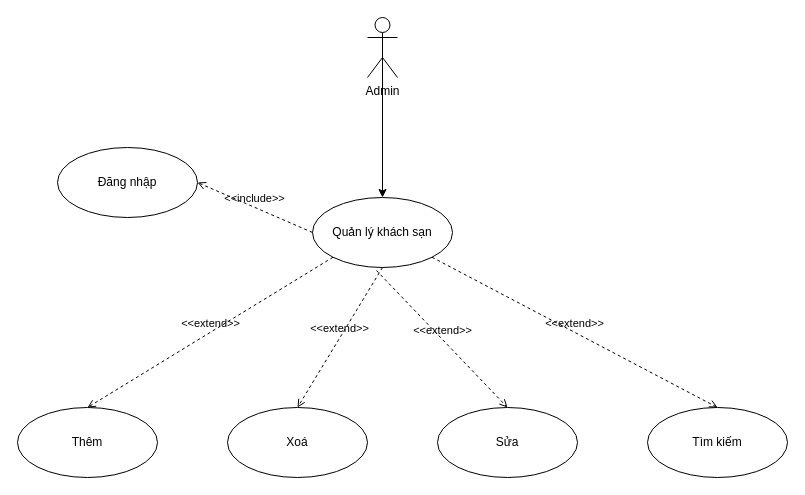
Above: usecase_quanlykhachsan.drawio in alikuxac/alikuxac (draw.io), before the change. Source tidied: cells renumbered, new cells numbered last; positions are measured from the earlier drawing's top-left corner, leaving out a move shared by most shapes. Both pictures are drawn from the tidied source at 100%, with x=0, y=0 at pixel (17, 17).
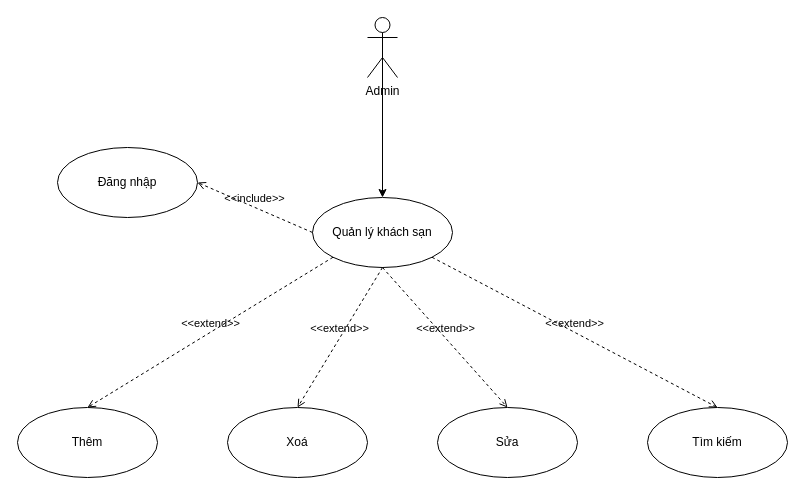
The same diagram, later.

Diff of the diagram source:
```diff
@@
 <mxGraphModel>
   <root>
     <mxCell id="0" />
     <mxCell id="1" parent="0" />
     <mxCell id="2" value="Admin" style="shape=umlActor;verticalLabelPosition=bottom;verticalAlign=top;html=1;" parent="1" vertex="1">
       <mxGeometry x="350" width="30" height="60" as="geometry" />
     </mxCell>
     <mxCell id="3" value="Quản lý khách sạn" style="ellipse;whiteSpace=wrap;html=1;" parent="1" vertex="1">
       <mxGeometry x="295" y="180" width="140" height="70" as="geometry" />
     </mxCell>
     <mxCell id="4" style="endArrow=classic;html=1;rounded=0;entryX=0.5;entryY=0;entryDx=0;entryDy=0;exitX=0.5;exitY=0.5;exitDx=0;exitDy=0;exitPerimeter=0;" parent="1" edge="1" source="2" target="3">
       <mxGeometry relative="1" as="geometry" />
     </mxCell>
     <mxCell id="5" value="Thêm" style="ellipse;whiteSpace=wrap;html=1;" parent="1" vertex="1">
       <mxGeometry y="390" width="140" height="70" as="geometry" />
     </mxCell>
     <mxCell id="6" value="Xoá" style="ellipse;whiteSpace=wrap;html=1;" parent="1" vertex="1">
       <mxGeometry x="210" y="390" width="140" height="70" as="geometry" />
     </mxCell>
     <mxCell id="7" value="Sửa" style="ellipse;whiteSpace=wrap;html=1;" parent="1" vertex="1">
       <mxGeometry x="420" y="390" width="140" height="70" as="geometry" />
     </mxCell>
     <mxCell id="8" value="Tìm kiếm" style="ellipse;whiteSpace=wrap;html=1;" parent="1" vertex="1">
       <mxGeometry x="630" y="390" width="140" height="70" as="geometry" />
     </mxCell>
     <mxCell id="9" value="&amp;lt;&amp;lt;extend&amp;gt;&amp;gt;" style="html=1;verticalAlign=bottom;labelBackgroundColor=none;endArrow=open;endFill=0;dashed=1;rounded=0;exitX=0;exitY=1;exitDx=0;exitDy=0;entryX=0.5;entryY=0;entryDx=0;entryDy=0;" parent="1" edge="1" source="3" target="5">
       <mxGeometry relative="1" as="geometry" />
     </mxCell>
     <mxCell id="10" value="&amp;lt;&amp;lt;extend&amp;gt;&amp;gt;" style="html=1;verticalAlign=bottom;labelBackgroundColor=none;endArrow=open;endFill=0;dashed=1;rounded=0;exitX=0.5;exitY=1;exitDx=0;exitDy=0;entryX=0.5;entryY=0;entryDx=0;entryDy=0;" parent="1" edge="1" source="3" target="6">
       <mxGeometry relative="1" as="geometry" />
     </mxCell>
-    <mxCell id="11" value="&amp;lt;&amp;lt;extend&amp;gt;&amp;gt;" style="html=1;verticalAlign=bottom;labelBackgroundColor=none;endArrow=open;endFill=0;dashed=1;rounded=0;exitX=0.457;exitY=1.043;exitDx=0;exitDy=0;exitPerimeter=0;entryX=0.5;entryY=0;entryDx=0;entryDy=0;" parent="1" edge="1" source="3" target="7">
+    <mxCell id="11" value="&amp;lt;&amp;lt;extend&amp;gt;&amp;gt;" style="html=1;verticalAlign=bottom;labelBackgroundColor=none;endArrow=open;endFill=0;dashed=1;rounded=0;entryX=0.5;entryY=0;entryDx=0;entryDy=0;exitX=0.5;exitY=1;exitDx=0;exitDy=0;" parent="1" edge="1" source="3" target="7">
       <mxGeometry relative="1" as="geometry" />
     </mxCell>
     <mxCell id="12" value="&amp;lt;&amp;lt;extend&amp;gt;&amp;gt;" style="html=1;verticalAlign=bottom;labelBackgroundColor=none;endArrow=open;endFill=0;dashed=1;rounded=0;exitX=1;exitY=1;exitDx=0;exitDy=0;entryX=0.5;entryY=0;entryDx=0;entryDy=0;" parent="1" edge="1" source="3" target="8">
       <mxGeometry relative="1" as="geometry" />
     </mxCell>
     <mxCell id="13" value="Đăng nhập" style="ellipse;whiteSpace=wrap;html=1;" parent="1" vertex="1">
       <mxGeometry x="40" y="130" width="140" height="70" as="geometry" />
     </mxCell>
     <mxCell id="14" value="&amp;lt;&amp;lt;include&amp;gt;&amp;gt;" style="html=1;verticalAlign=bottom;labelBackgroundColor=none;endArrow=open;endFill=0;dashed=1;rounded=0;exitX=0;exitY=0.5;exitDx=0;exitDy=0;entryX=1;entryY=0.5;entryDx=0;entryDy=0;" parent="1" edge="1" source="3" target="13">
       <mxGeometry relative="1" as="geometry" />
     </mxCell>
   </root>
 </mxGraphModel>
```
